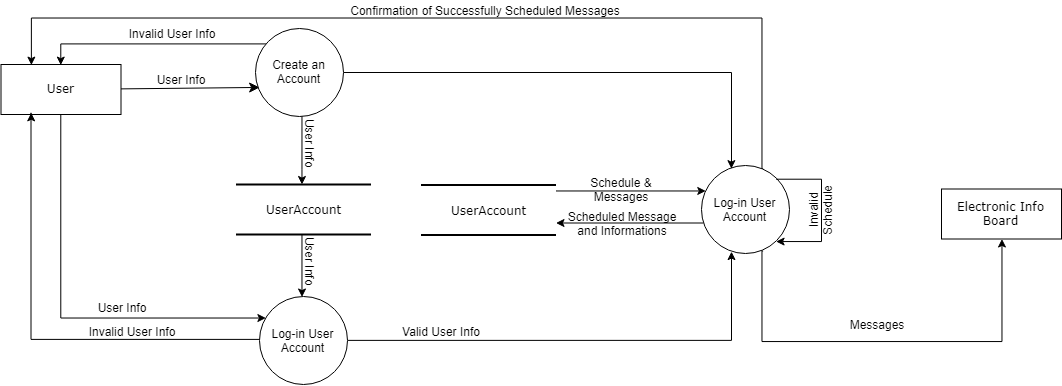
Before: DFD.png, a diagram exported from draw.io (aflormata01/Development-of-Info-Board-using-Raspberry-Pi). Source tidied: cells renumbered, new cells last; positions are measured from the earlier drawing's top-left corner, leaving out a move shared by most shapes.
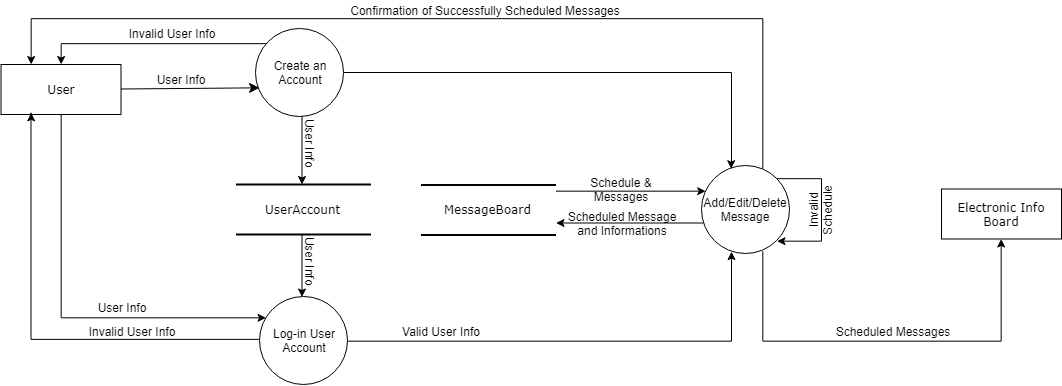
The same file after the commit.

Commit message:
DFD + ERD

Change to the diagram source:
```diff
@@ -1,4 +1,4 @@
-<mxGraphModel>
+<mxGraphModel background="#ffffff">
   <root>
     <mxCell id="0" />
     <mxCell id="1" parent="0" />
@@ -128,7 +128,7 @@
         <mxPoint x="554.5" y="190.3" as="sourcePoint" />
       </mxGeometry>
     </mxCell>
-    <mxCell id="25" value="UserAccount" style="html=1;rounded=0;shadow=0;comic=0;labelBackgroundColor=none;strokeColor=#000000;strokeWidth=2;fillColor=#FFFFFF;fontFamily=Verdana;fontSize=12;fontColor=#000000;align=center;shape=mxgraph.ios7ui.horLines;" parent="1" vertex="1">
+    <mxCell id="25" value="MessageBoard" style="html=1;rounded=0;shadow=0;comic=0;labelBackgroundColor=none;strokeColor=#000000;strokeWidth=2;fillColor=#FFFFFF;fontFamily=Verdana;fontSize=12;fontColor=#000000;align=center;shape=mxgraph.ios7ui.horLines;" parent="1" vertex="1">
       <mxGeometry x="419.5" y="184.5" width="135" height="50" as="geometry" />
     </mxCell>
     <mxCell id="26" value="Invalid Schedule&lt;br&gt;&lt;br&gt;" style="text;html=1;strokeColor=none;fillColor=none;align=center;verticalAlign=middle;whiteSpace=wrap;rounded=0;rotation=-90;direction=west;" parent="1" vertex="1">
@@ -140,8 +140,8 @@
     <mxCell id="28" value="Confirmation of Successfully Scheduled Messages" style="text;html=1;strokeColor=none;fillColor=none;align=center;verticalAlign=middle;whiteSpace=wrap;rounded=0;rotation=0;direction=east;" parent="1" vertex="1">
       <mxGeometry x="338" width="292" height="20" as="geometry" />
     </mxCell>
-    <mxCell id="29" value="Messages&lt;br&gt;" style="text;html=1;strokeColor=none;fillColor=none;align=center;verticalAlign=middle;whiteSpace=wrap;rounded=0;rotation=0;direction=west;" parent="1" vertex="1">
-      <mxGeometry x="830" y="311.5" width="90" height="24" as="geometry" />
+    <mxCell id="29" value="Scheduled Messages&lt;br&gt;" style="text;html=1;strokeColor=none;fillColor=none;align=center;verticalAlign=middle;whiteSpace=wrap;rounded=0;rotation=0;direction=west;" parent="1" vertex="1">
+      <mxGeometry x="826" y="318.5" width="130" height="24" as="geometry" />
     </mxCell>
     <mxCell id="30" value="Create an&lt;br&gt;Account&lt;br&gt;" style="ellipse;whiteSpace=wrap;html=1;rounded=1;shadow=0;comic=0;fillColor=#ffffff;strokeColor=#000000;" parent="1" vertex="1">
       <mxGeometry x="254" y="28" width="88" height="88" as="geometry" />
@@ -149,7 +149,7 @@
     <mxCell id="31" value="Log-in User&lt;br&gt;Account&lt;br&gt;" style="ellipse;whiteSpace=wrap;html=1;rounded=1;shadow=0;comic=0;fillColor=#ffffff;strokeColor=#000000;" parent="1" vertex="1">
       <mxGeometry x="258" y="296.4" width="88" height="88" as="geometry" />
     </mxCell>
-    <mxCell id="32" value="Log-in User&lt;br&gt;Account&lt;br&gt;" style="ellipse;whiteSpace=wrap;html=1;rounded=1;shadow=0;comic=0;fillColor=#ffffff;strokeColor=#000000;" parent="1" vertex="1">
+    <mxCell id="32" value="Add/Edit/Delete&lt;br&gt;Message&lt;br&gt;" style="ellipse;whiteSpace=wrap;html=1;rounded=1;shadow=0;comic=0;fillColor=#ffffff;strokeColor=#000000;" parent="1" vertex="1">
       <mxGeometry x="700" y="165.4" width="88" height="88" as="geometry" />
     </mxCell>
     <mxCell id="33" style="edgeStyle=elbowEdgeStyle;rounded=0;html=1;exitX=1;exitY=1;entryX=1;entryY=0;startArrow=classic;startFill=1;endArrow=none;endFill=0;jettySize=auto;orthogonalLoop=1;strokeColor=#000000;" parent="1" edge="1" source="32" target="32">
```
